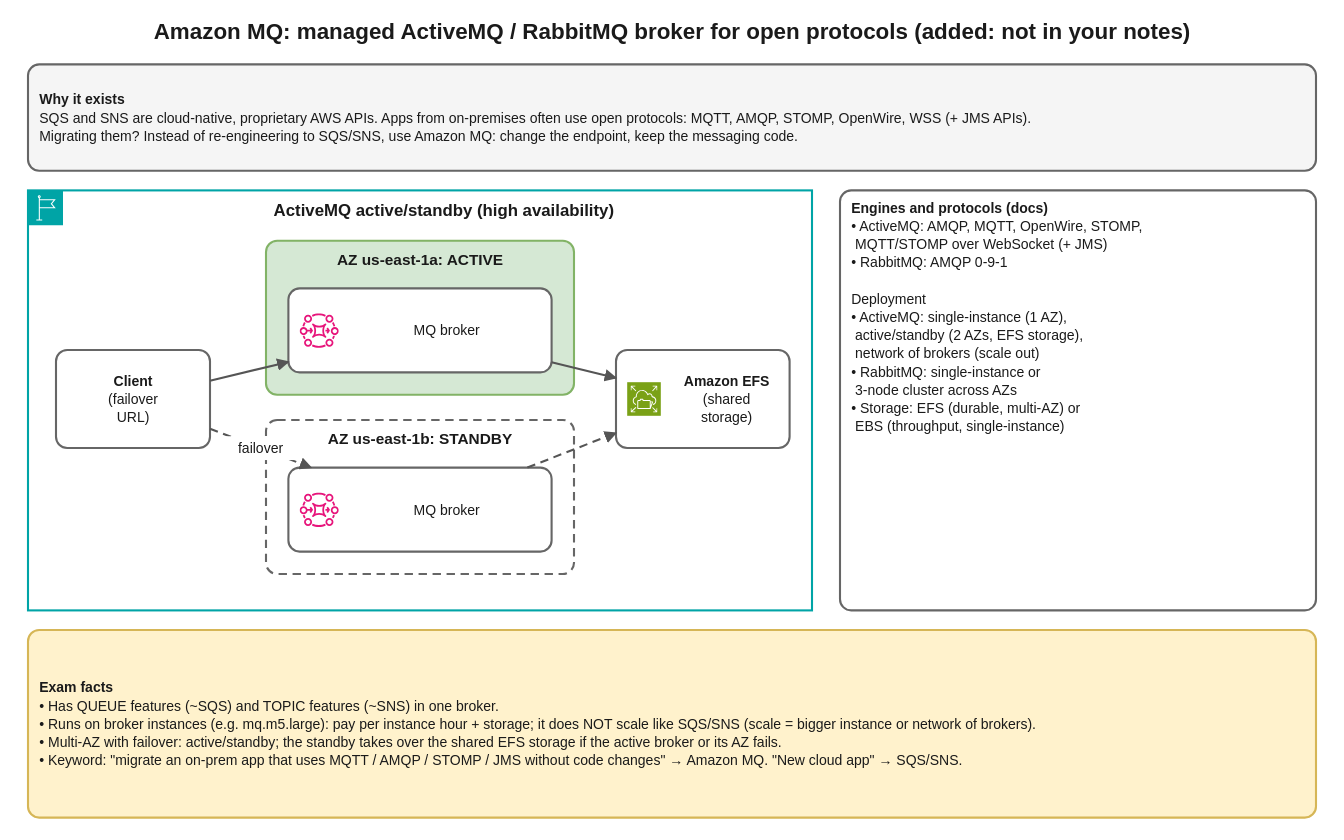
Before: interview-prep/aws/diagrams/msg-09-amazon-mq.drawio.svg, a diagram exported from draw.io (suraj9741/interview). Source tidied: cells renumbered, new cells last; positions are measured from the earlier drawing's top-left corner, leaving out a move shared by most shapes.
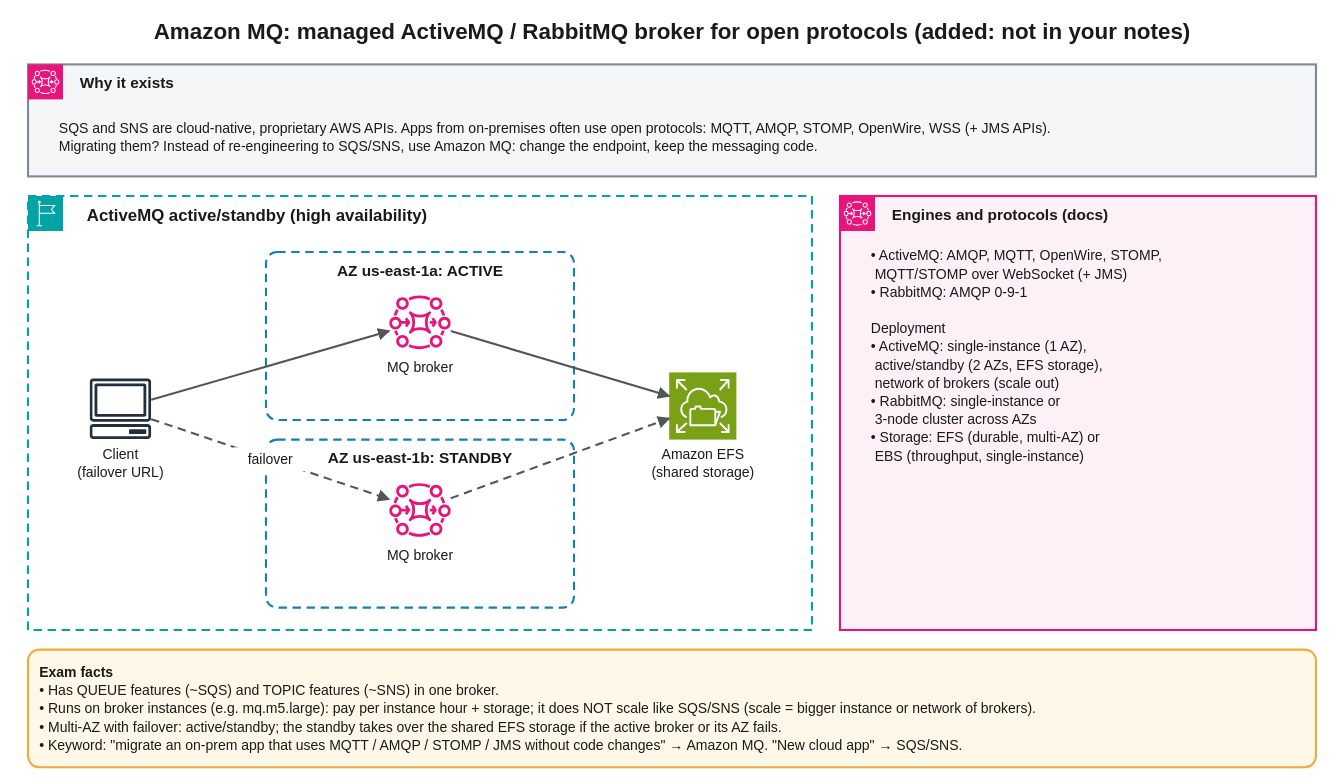
Later version of the same file.

Diff of the diagram source:
```diff
@@ -5,44 +5,59 @@
     <mxCell id="2" value="Amazon MQ: managed ActiveMQ / RabbitMQ broker for open protocols (added: not in your notes)" style="text;strokeColor=none;fillColor=none;whiteSpace=wrap;html=1;fontSize=16;fontColor=#1a1a1a;fontFamily=Helvetica;align=center;verticalAlign=middle;fontStyle=1;" parent="1" vertex="1">
       <mxGeometry width="960" height="28" as="geometry" />
     </mxCell>
-    <mxCell id="3" value="&lt;b&gt;Why it exists&lt;/b&gt;&lt;br&gt;SQS and SNS are cloud-native, proprietary AWS APIs. Apps from on-premises often use open protocols: MQTT, AMQP, STOMP, OpenWire, WSS (+ JMS APIs).&lt;br&gt;Migrating them? Instead of re-engineering to SQS/SNS, use Amazon MQ: change the endpoint, keep the messaging code." style="rounded=1;absoluteArcSize=1;arcSize=16;fillColor=#f5f5f5;strokeColor=#666666;strokeWidth=1.5;whiteSpace=wrap;html=1;fontSize=10;fontColor=#1a1a1a;fontFamily=Helvetica;align=left;verticalAlign=middle;spacingLeft=6;" parent="1" vertex="1">
-      <mxGeometry x="20" y="38" width="920" height="76" as="geometry" />
+    <mxCell id="3" value="Why it exists" style="rounded=0;fillColor=#F5F6F7;strokeColor=#7D8998;strokeWidth=1.5;whiteSpace=wrap;html=1;fontSize=11;fontColor=#1a1a1a;fontFamily=Helvetica;align=left;verticalAlign=top;fontStyle=1;spacingLeft=35;spacingTop=2;spacingBottom=2;" parent="1" vertex="1">
+      <mxGeometry x="20" y="38" width="920" height="80" as="geometry" />
     </mxCell>
+    <mxCell id="20" style="sketch=0;fontColor=#232F3E;gradientColor=none;dashed=0;verticalLabelPosition=bottom;verticalAlign=top;align=center;html=1;fontSize=12;fontStyle=0;fillColor=#E7157B;strokeColor=#ffffff;shape=mxgraph.aws4.resourceIcon;resIcon=mxgraph.aws4.mq;" parent="1" vertex="1">
+      <mxGeometry x="20" y="38" width="25" height="25" as="geometry" />
+    </mxCell>
+    <mxCell id="21" value="SQS and SNS are cloud-native, proprietary AWS APIs. Apps from on-premises often use open protocols: MQTT, AMQP, STOMP, OpenWire, WSS (+ JMS APIs).&lt;br&gt;Migrating them? Instead of re-engineering to SQS/SNS, use Amazon MQ: change the endpoint, keep the messaging code." style="text;strokeColor=none;fillColor=none;whiteSpace=wrap;html=1;fontSize=10;fontColor=#1a1a1a;fontFamily=Helvetica;align=left;verticalAlign=middle;spacingLeft=6;" parent="1" vertex="1">
+      <mxGeometry x="34" y="66" width="900" height="48" as="geometry" />
+    </mxCell>
-    <mxCell id="4" value="ActiveMQ active/standby (high availability)" style="sketch=0;html=1;whiteSpace=wrap;shape=mxgraph.aws4.group;grIcon=mxgraph.aws4.group_region;grStroke=1;fillColor=#ffffff;strokeColor=#00A4A6;strokeWidth=1.5;fontSize=12;fontColor=#1a1a1a;fontStyle=1;fontFamily=Helvetica;align=center;verticalAlign=top;spacingLeft=30;spacingTop=4;dashed=0;" parent="1" vertex="1">
-      <mxGeometry x="20" y="128" width="560" height="300" as="geometry" />
+    <mxCell id="4" value="ActiveMQ active/standby (high availability)" style="sketch=0;html=1;whiteSpace=wrap;shape=mxgraph.aws4.group;grIcon=mxgraph.aws4.group_region;grStroke=1;fillColor=#ffffff;strokeColor=#00A4A6;strokeWidth=1.5;fontSize=12;fontColor=#1a1a1a;fontStyle=1;fontFamily=Helvetica;align=left;verticalAlign=top;spacingLeft=30;spacingTop=4;dashed=1;dashPattern=6 4;" parent="1" vertex="1">
+      <mxGeometry x="20" y="132" width="560" height="310" as="geometry" />
     </mxCell>
-    <mxCell id="5" value="&lt;b&gt;Client&lt;/b&gt;&lt;br&gt;(failover&lt;br&gt;URL)" style="rounded=1;absoluteArcSize=1;arcSize=16;fillColor=#ffffff;strokeColor=#666666;strokeWidth=1.5;whiteSpace=wrap;html=1;fontSize=10;fontColor=#1a1a1a;fontFamily=Helvetica;align=center;verticalAlign=middle;" parent="1" vertex="1">
-      <mxGeometry x="40" y="242" width="110" height="70" as="geometry" />
+    <mxCell id="5" style="sketch=0;outlineConnect=0;fontColor=#232F3E;gradientColor=none;dashed=0;verticalLabelPosition=bottom;verticalAlign=top;align=center;html=1;fontSize=12;fontStyle=0;fillColor=#232F3E;strokeColor=none;shape=mxgraph.aws4.client;" parent="1" vertex="1">
+      <mxGeometry x="64" y="262" width="44" height="44" as="geometry" />
     </mxCell>
+    <mxCell id="22" value="Client&lt;br&gt;(failover URL)" style="text;strokeColor=none;fillColor=none;whiteSpace=wrap;html=1;fontSize=10;fontColor=#1a1a1a;fontFamily=Helvetica;align=center;verticalAlign=middle;" parent="1" vertex="1">
+      <mxGeometry x="31" y="308" width="110" height="30" as="geometry" />
+    </mxCell>
-    <mxCell id="6" value="AZ us-east-1a: ACTIVE" style="rounded=1;absoluteArcSize=1;arcSize=16;fillColor=#d5e8d4;strokeColor=#82b366;strokeWidth=1.5;whiteSpace=wrap;html=1;fontSize=11;fontColor=#1a1a1a;fontFamily=Helvetica;align=center;verticalAlign=top;fontStyle=1;spacingTop=2;spacingBottom=2;" parent="1" vertex="1">
-      <mxGeometry x="190" y="164" width="220" height="110" as="geometry" />
+    <mxCell id="6" value="AZ us-east-1a: ACTIVE" style="rounded=1;absoluteArcSize=1;arcSize=16;fillColor=none;strokeColor=#147EBA;strokeWidth=1.5;whiteSpace=wrap;html=1;fontSize=11;fontColor=#1a1a1a;fontFamily=Helvetica;align=center;verticalAlign=top;dashed=1;dashPattern=6 4;fontStyle=1;spacingTop=2;spacingBottom=2;" parent="1" vertex="1">
+      <mxGeometry x="190" y="172" width="220" height="120" as="geometry" />
     </mxCell>
-    <mxCell id="7" value="MQ broker" style="rounded=1;absoluteArcSize=1;arcSize=16;fillColor=#ffffff;strokeColor=#666666;strokeWidth=1.5;whiteSpace=wrap;html=1;fontSize=10;fontColor=#1a1a1a;fontFamily=Helvetica;align=center;verticalAlign=middle;spacingLeft=38;" parent="1" vertex="1">
-      <mxGeometry x="206" y="198" width="188" height="60" as="geometry" />
+    <mxCell id="7" style="sketch=0;outlineConnect=0;fontColor=#232F3E;gradientColor=none;dashed=0;verticalLabelPosition=bottom;verticalAlign=top;align=center;html=1;fontSize=12;fontStyle=0;fillColor=#E7157B;strokeColor=none;shape=mxgraph.aws4.mq_broker;" parent="1" vertex="1">
+      <mxGeometry x="278" y="200" width="44" height="44" as="geometry" />
     </mxCell>
-    <mxCell id="8" style="sketch=0;fontColor=#232F3E;gradientColor=none;dashed=0;verticalLabelPosition=bottom;verticalAlign=top;align=center;html=1;fontSize=12;fontStyle=0;fillColor=#E7157B;strokeColor=none;shape=mxgraph.aws4.mq_broker;" parent="1" vertex="1">
-      <mxGeometry x="214" y="214" width="28" height="28" as="geometry" />
-    </mxCell>
+    <mxCell id="23" value="MQ broker" style="text;strokeColor=none;fillColor=none;whiteSpace=wrap;html=1;fontSize=10;fontColor=#1a1a1a;fontFamily=Helvetica;align=center;verticalAlign=middle;" parent="1" vertex="1">
+      <mxGeometry x="250" y="246" width="100" height="17" as="geometry" />
+    </mxCell>
-    <mxCell id="9" value="AZ us-east-1b: STANDBY" style="rounded=1;absoluteArcSize=1;arcSize=16;fillColor=#ffffff;strokeColor=#666666;strokeWidth=1.5;whiteSpace=wrap;html=1;fontSize=11;fontColor=#1a1a1a;fontFamily=Helvetica;align=center;verticalAlign=top;dashed=1;dashPattern=6 4;fontStyle=1;spacingTop=2;spacingBottom=2;" parent="1" vertex="1">
-      <mxGeometry x="190" y="292" width="220" height="110" as="geometry" />
+    <mxCell id="9" value="AZ us-east-1b: STANDBY" style="rounded=1;absoluteArcSize=1;arcSize=16;fillColor=none;strokeColor=#147EBA;strokeWidth=1.5;whiteSpace=wrap;html=1;fontSize=11;fontColor=#1a1a1a;fontFamily=Helvetica;align=center;verticalAlign=top;dashed=1;dashPattern=6 4;fontStyle=1;spacingTop=2;spacingBottom=2;" parent="1" vertex="1">
+      <mxGeometry x="190" y="306" width="220" height="120" as="geometry" />
     </mxCell>
-    <mxCell id="10" value="MQ broker" style="rounded=1;absoluteArcSize=1;arcSize=16;fillColor=#ffffff;strokeColor=#666666;strokeWidth=1.5;whiteSpace=wrap;html=1;fontSize=10;fontColor=#1a1a1a;fontFamily=Helvetica;align=center;verticalAlign=middle;spacingLeft=38;" parent="1" vertex="1">
-      <mxGeometry x="206" y="326" width="188" height="60" as="geometry" />
+    <mxCell id="10" style="sketch=0;outlineConnect=0;fontColor=#232F3E;gradientColor=none;dashed=0;verticalLabelPosition=bottom;verticalAlign=top;align=center;html=1;fontSize=12;fontStyle=0;fillColor=#E7157B;strokeColor=none;shape=mxgraph.aws4.mq_broker;" parent="1" vertex="1">
+      <mxGeometry x="278" y="334" width="44" height="44" as="geometry" />
     </mxCell>
-    <mxCell id="11" style="sketch=0;fontColor=#232F3E;gradientColor=none;dashed=0;verticalLabelPosition=bottom;verticalAlign=top;align=center;html=1;fontSize=12;fontStyle=0;fillColor=#E7157B;strokeColor=none;shape=mxgraph.aws4.mq_broker;" parent="1" vertex="1">
-      <mxGeometry x="214" y="342" width="28" height="28" as="geometry" />
-    </mxCell>
+    <mxCell id="24" value="MQ broker" style="text;strokeColor=none;fillColor=none;whiteSpace=wrap;html=1;fontSize=10;fontColor=#1a1a1a;fontFamily=Helvetica;align=center;verticalAlign=middle;" parent="1" vertex="1">
+      <mxGeometry x="250" y="380" width="100" height="17" as="geometry" />
+    </mxCell>
-    <mxCell id="12" value="&lt;b&gt;Amazon EFS&lt;/b&gt;&lt;br&gt;(shared&lt;br&gt;storage)" style="rounded=1;absoluteArcSize=1;arcSize=16;fillColor=#ffffff;strokeColor=#666666;strokeWidth=1.5;whiteSpace=wrap;html=1;fontSize=10;fontColor=#1a1a1a;fontFamily=Helvetica;align=center;verticalAlign=middle;spacingLeft=34;" parent="1" vertex="1">
-      <mxGeometry x="440" y="242" width="124" height="70" as="geometry" />
+    <mxCell id="12" style="sketch=0;outlineConnect=0;fontColor=#232F3E;gradientColor=none;dashed=0;verticalLabelPosition=bottom;verticalAlign=top;align=center;html=1;fontSize=12;fontStyle=0;fillColor=#7AA116;strokeColor=#ffffff;shape=mxgraph.aws4.resourceIcon;resIcon=mxgraph.aws4.elastic_file_system;" parent="1" vertex="1">
+      <mxGeometry x="478" y="258" width="48" height="48" as="geometry" />
     </mxCell>
-    <mxCell id="13" style="sketch=0;fontColor=#232F3E;gradientColor=none;dashed=0;verticalLabelPosition=bottom;verticalAlign=top;align=center;html=1;fontSize=12;fontStyle=0;fillColor=#7AA116;strokeColor=#ffffff;shape=mxgraph.aws4.resourceIcon;resIcon=mxgraph.aws4.elastic_file_system;" parent="1" vertex="1">
-      <mxGeometry x="448" y="265" width="24" height="24" as="geometry" />
-    </mxCell>
+    <mxCell id="25" value="Amazon EFS&lt;br&gt;(shared storage)" style="text;strokeColor=none;fillColor=none;whiteSpace=wrap;html=1;fontSize=10;fontColor=#1a1a1a;fontFamily=Helvetica;align=center;verticalAlign=middle;" parent="1" vertex="1">
+      <mxGeometry x="447" y="308" width="110" height="30" as="geometry" />
+    </mxCell>
-    <mxCell id="14" value="&lt;b&gt;Engines and protocols (docs)&lt;/b&gt;&lt;br&gt;• ActiveMQ: AMQP, MQTT, OpenWire, STOMP,&lt;br&gt;  MQTT/STOMP over WebSocket (+ JMS)&lt;br&gt;• RabbitMQ: AMQP 0-9-1&lt;br&gt;&lt;br&gt;Deployment&lt;br&gt;• ActiveMQ: single-instance (1 AZ),&lt;br&gt;  active/standby (2 AZs, EFS storage),&lt;br&gt;  network of brokers (scale out)&lt;br&gt;• RabbitMQ: single-instance or&lt;br&gt;  3-node cluster across AZs&lt;br&gt;• Storage: EFS (durable, multi-AZ) or&lt;br&gt;  EBS (throughput, single-instance)" style="rounded=1;absoluteArcSize=1;arcSize=16;fillColor=#ffffff;strokeColor=#666666;strokeWidth=1.5;whiteSpace=wrap;html=1;fontSize=10;fontColor=#1a1a1a;fontFamily=Helvetica;align=left;verticalAlign=top;spacingLeft=6;spacingTop=2;spacingBottom=2;" parent="1" vertex="1">
-      <mxGeometry x="600" y="128" width="340" height="300" as="geometry" />
+    <mxCell id="14" value="Engines and protocols (docs)" style="rounded=0;fillColor=#FDF0F6;strokeColor=#E7157B;strokeWidth=1.5;whiteSpace=wrap;html=1;fontSize=11;fontColor=#1a1a1a;fontFamily=Helvetica;align=left;verticalAlign=top;fontStyle=1;spacingLeft=35;spacingTop=2;spacingBottom=2;" parent="1" vertex="1">
+      <mxGeometry x="600" y="132" width="340" height="310" as="geometry" />
     </mxCell>
+    <mxCell id="26" style="sketch=0;fontColor=#232F3E;gradientColor=none;dashed=0;verticalLabelPosition=bottom;verticalAlign=top;align=center;html=1;fontSize=12;fontStyle=0;fillColor=#E7157B;strokeColor=#ffffff;shape=mxgraph.aws4.resourceIcon;resIcon=mxgraph.aws4.mq;" parent="1" vertex="1">
+      <mxGeometry x="600" y="132" width="25" height="25" as="geometry" />
+    </mxCell>
+    <mxCell id="27" value="• ActiveMQ: AMQP, MQTT, OpenWire, STOMP,&lt;br&gt;  MQTT/STOMP over WebSocket (+ JMS)&lt;br&gt;• RabbitMQ: AMQP 0-9-1&lt;br&gt;&lt;br&gt;Deployment&lt;br&gt;• ActiveMQ: single-instance (1 AZ),&lt;br&gt;  active/standby (2 AZs, EFS storage),&lt;br&gt;  network of brokers (scale out)&lt;br&gt;• RabbitMQ: single-instance or&lt;br&gt;  3-node cluster across AZs&lt;br&gt;• Storage: EFS (durable, multi-AZ) or&lt;br&gt;  EBS (throughput, single-instance)" style="text;strokeColor=none;fillColor=none;whiteSpace=wrap;html=1;fontSize=10;fontColor=#1a1a1a;fontFamily=Helvetica;align=left;verticalAlign=top;spacingLeft=6;spacingTop=2;spacingBottom=2;" parent="1" vertex="1">
+      <mxGeometry x="614" y="162" width="320" height="274" as="geometry" />
+    </mxCell>
-    <mxCell id="15" value="&lt;b&gt;Exam facts&lt;/b&gt;&lt;br&gt;• Has QUEUE features (~SQS) and TOPIC features (~SNS) in one broker.&lt;br&gt;• Runs on broker instances (e.g. mq.m5.large): pay per instance hour + storage; it does NOT scale like SQS/SNS (scale = bigger instance or network of brokers).&lt;br&gt;• Multi-AZ with failover: active/standby; the standby takes over the shared EFS storage if the active broker or its AZ fails.&lt;br&gt;• Keyword: &quot;migrate an on-prem app that uses MQTT / AMQP / STOMP / JMS without code changes&quot; → Amazon MQ. &quot;New cloud app&quot; → SQS/SNS." style="rounded=1;absoluteArcSize=1;arcSize=16;fillColor=#fff2cc;strokeColor=#d6b656;strokeWidth=1.5;whiteSpace=wrap;html=1;fontSize=10;fontColor=#1a1a1a;fontFamily=Helvetica;align=left;verticalAlign=middle;spacingLeft=6;" parent="1" vertex="1">
-      <mxGeometry x="20" y="442" width="920" height="134" as="geometry" />
+    <mxCell id="15" value="&lt;b&gt;Exam facts&lt;/b&gt;&lt;br&gt;• Has QUEUE features (~SQS) and TOPIC features (~SNS) in one broker.&lt;br&gt;• Runs on broker instances (e.g. mq.m5.large): pay per instance hour + storage; it does NOT scale like SQS/SNS (scale = bigger instance or network of brokers).&lt;br&gt;• Multi-AZ with failover: active/standby; the standby takes over the shared EFS storage if the active broker or its AZ fails.&lt;br&gt;• Keyword: &quot;migrate an on-prem app that uses MQTT / AMQP / STOMP / JMS without code changes&quot; → Amazon MQ. &quot;New cloud app&quot; → SQS/SNS." style="rounded=1;absoluteArcSize=1;arcSize=16;fillColor=#FFF8E8;strokeColor=#F2A93B;strokeWidth=1.5;whiteSpace=wrap;html=1;fontSize=10;fontColor=#1a1a1a;fontFamily=Helvetica;align=left;verticalAlign=middle;spacingLeft=6;" parent="1" vertex="1">
+      <mxGeometry x="20" y="456" width="920" height="84" as="geometry" />
     </mxCell>
     <mxCell id="16" style="html=1;rounded=0;endArrow=classic;endFill=1;strokeColor=#555555;strokeWidth=1.5;fontSize=10;fontColor=#1a1a1a;labelBackgroundColor=#ffffff;startArrow=none;" parent="1" edge="1" source="5" target="7">
       <mxGeometry relative="1" as="geometry" />
```
